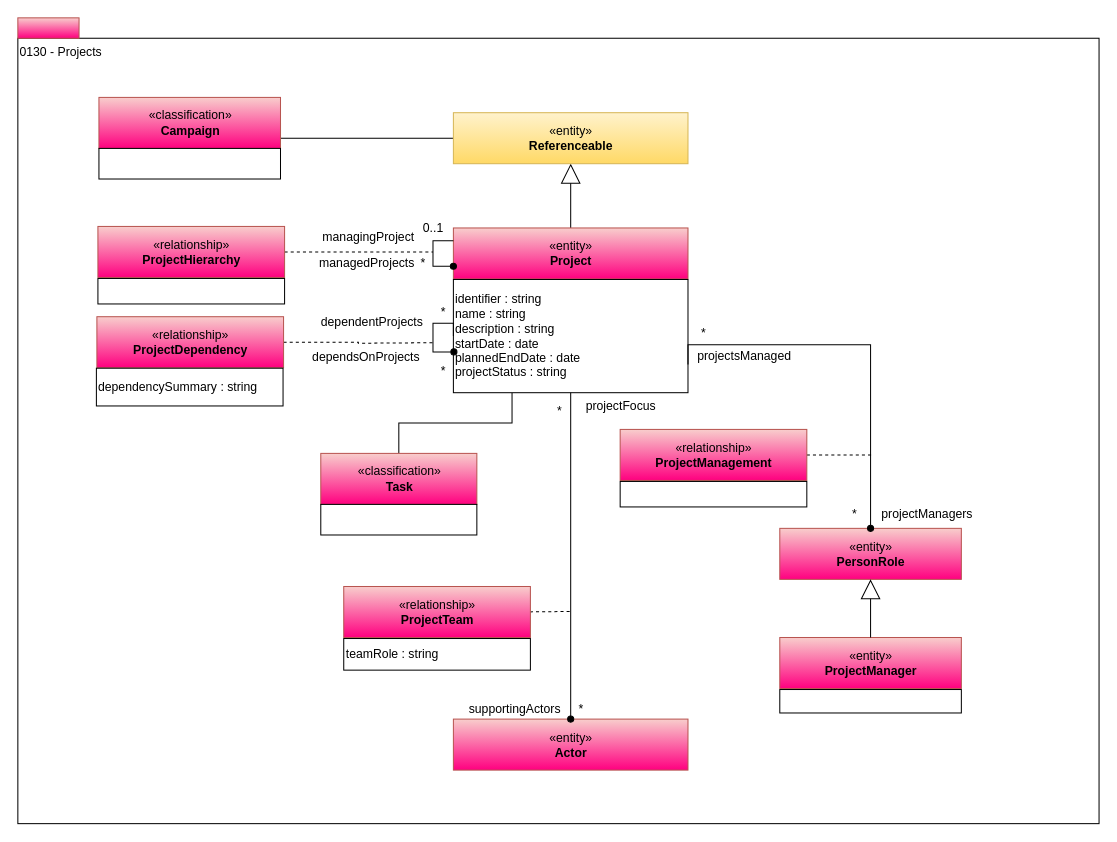
Above: page "0130-Projects" (7 of 13) of site/docs/types/1/area-1-collaboration.drawio in odpi/egeria-docs (draw.io), before the change. Source tidied: cells renumbered, new cells numbered last; positions are measured from the earlier drawing's top-left corner, leaving out a move shared by most shapes. Both pictures are drawn from the tidied source at 102%, with x=0, y=0 at pixel (17, 17).
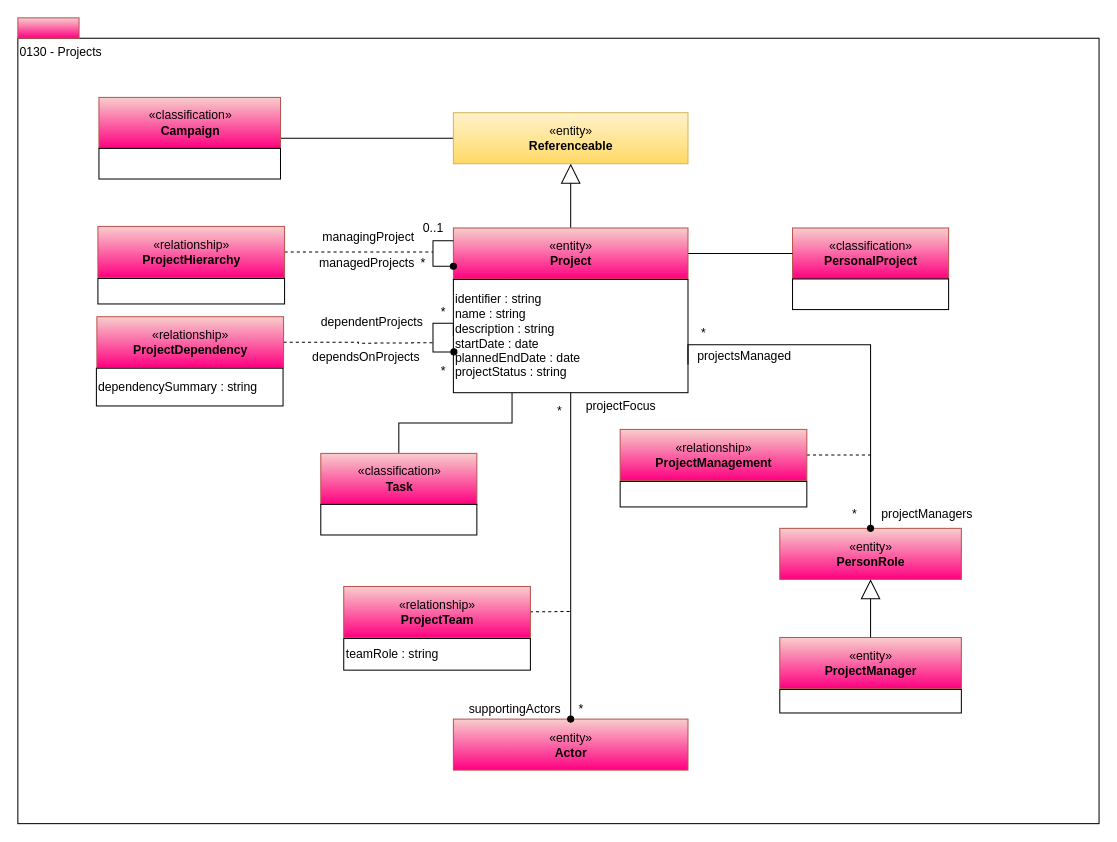
Above is the later version.

Unchanged cells that the change refers to:
```xml
<mxCell id="4" value="«entity»&lt;br&gt;&lt;b&gt;Project&lt;/b&gt;" style="html=1;strokeColor=#b85450;align=center;fillColor=#f8cecc;gradientColor=#FF0080;" parent="1" vertex="1">
  <mxGeometry x="427" y="206" width="230" height="50" as="geometry" />
</mxCell>
```

Change to the diagram source:
```diff
@@
+    <mxCell id="51" value="«classification»&lt;br&gt;&lt;b&gt;PersonalProject&lt;/b&gt;" style="html=1;strokeColor=#b85450;align=center;fillColor=#f8cecc;gradientColor=#FF0080;" parent="1" vertex="1">
+      <mxGeometry x="759.5" y="206" width="153" height="50" as="geometry" />
+    </mxCell>
+    <mxCell id="52" style="rounded=0;whiteSpace=wrap;html=1;align=left;" parent="1" vertex="1">
+      <mxGeometry x="759.5" y="256" width="153" height="30" as="geometry" />
+    </mxCell>
+    <mxCell id="53" style="edgeStyle=orthogonalEdgeStyle;rounded=0;html=1;exitX=1;exitY=0.5;entryX=0;entryY=0.5;endArrow=none;endFill=0;jettySize=auto;exitDx=0;exitDy=0;entryDx=0;entryDy=0;" parent="1" edge="1" source="4" target="51">
+      <mxGeometry relative="1" as="geometry" />
+    </mxCell>
```
